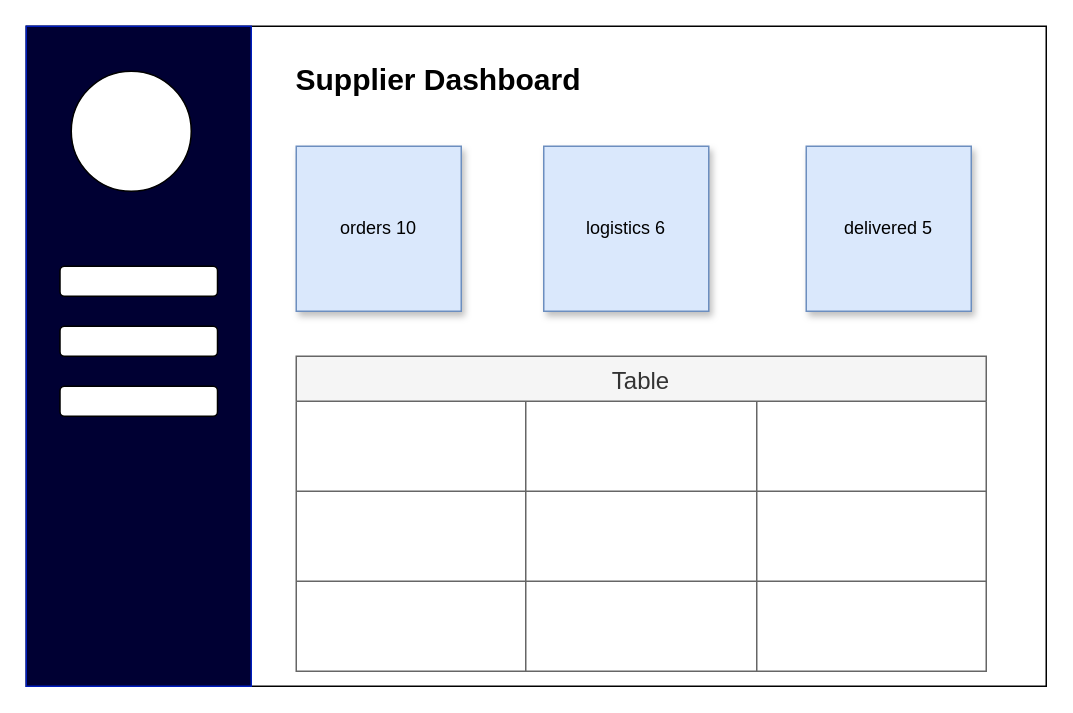
Before: page "supplier dashboard" (2 of 14) of Untitled Diagram.drawio in pramodrk22/test, a draw.io diagram. Source tidied: cells renumbered, new cells numbered last; positions are measured from the earlier drawing's top-left corner, leaving out a move shared by most shapes. Both pictures are drawn from the tidied source at 150%, with x=0, y=0 at pixel (26, 26). Pictures stored in the file or linked from it are replaced by grey dashed boxes.
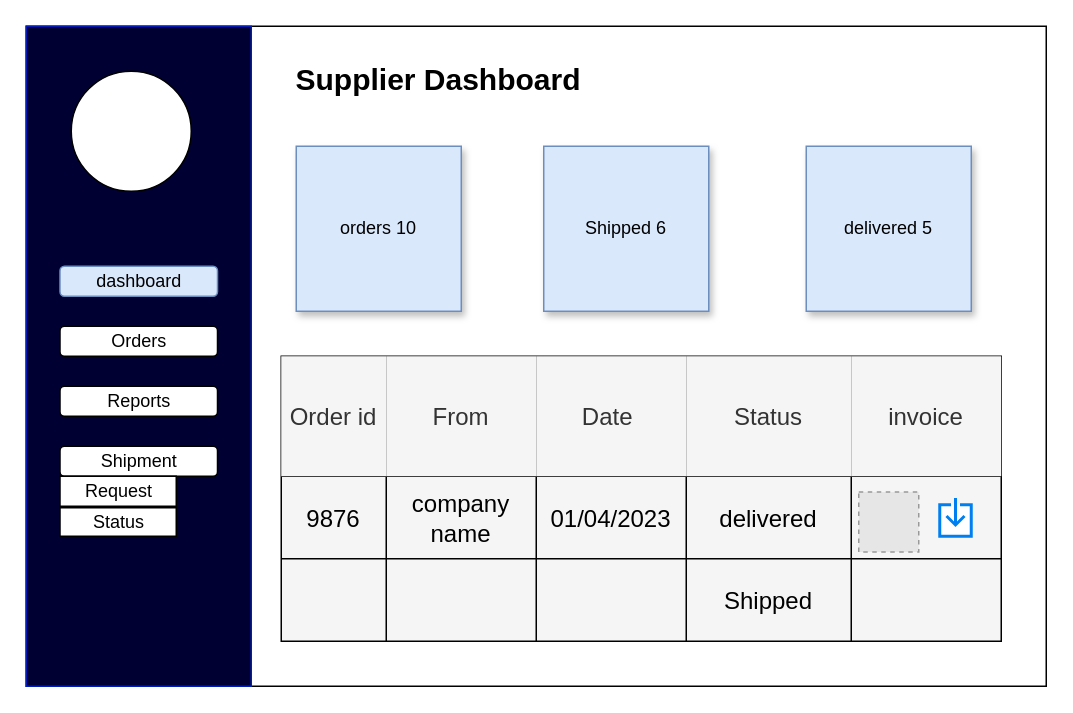
The same diagram, later.

What changed in the source:
```diff
@@
-    <mxCell id="4" style="rounded=1;whiteSpace=wrap;html=1;shadow=0;" parent="1" vertex="1">
-      <mxGeometry x="22.5" y="160" width="105" height="20" as="geometry" />
-    </mxCell>
-    <mxCell id="5" style="rounded=1;whiteSpace=wrap;html=1;" parent="1" vertex="1">
-      <mxGeometry x="22.5" y="200" width="105" height="20" as="geometry" />
-    </mxCell>
-    <mxCell id="6" style="rounded=1;whiteSpace=wrap;html=1;" parent="1" vertex="1">
-      <mxGeometry x="22.5" y="240" width="105" height="20" as="geometry" />
-    </mxCell>
@@
-    <mxCell id="10" value="logistics 6" style="whiteSpace=wrap;html=1;fillColor=#dae8fc;strokeColor=#6c8ebf;shadow=1;" parent="1" vertex="1">
+    <mxCell id="10" value="Shipped 6" style="whiteSpace=wrap;html=1;fillColor=#dae8fc;strokeColor=#6c8ebf;shadow=1;" parent="1" vertex="1">
       <mxGeometry x="345" y="80" width="110" height="110" as="geometry" />
     </mxCell>
@@
-    <mxCell id="12" value="Table" style="shape=table;startSize=30;childLayout=tableLayout;strokeColor=#666666;fontSize=16;swimlaneFillColor=none;labelBackgroundColor=none;fillColor=#f5f5f5;fontColor=#333333;" parent="1" vertex="1">
-      <mxGeometry x="180" y="220" width="460" height="210" as="geometry" />
-    </mxCell>
-    <mxCell id="13" style="shape=tableRow;horizontal=0;startSize=0;swimlaneHead=0;swimlaneBody=0;strokeColor=inherit;top=0;left=0;bottom=0;right=0;fillColor=none;fontSize=16;" parent="12" vertex="1">
-      <mxGeometry y="30" width="460" height="60" as="geometry" />
-    </mxCell>
-    <mxCell id="14" style="shape=partialRectangle;html=1;whiteSpace=wrap;strokeColor=inherit;overflow=hidden;fillColor=none;top=0;left=0;bottom=0;right=0;fontSize=16;" parent="13" vertex="1">
-      <mxGeometry width="153" height="60" as="geometry" />
-    </mxCell>
-    <mxCell id="15" style="shape=partialRectangle;html=1;whiteSpace=wrap;strokeColor=inherit;overflow=hidden;fillColor=none;top=0;left=0;bottom=0;right=0;fontSize=16;" parent="13" vertex="1">
-      <mxGeometry x="153" width="154" height="60" as="geometry" />
-    </mxCell>
-    <mxCell id="16" style="shape=partialRectangle;html=1;whiteSpace=wrap;strokeColor=inherit;overflow=hidden;fillColor=none;top=0;left=0;bottom=0;right=0;fontSize=16;" parent="13" vertex="1">
-      <mxGeometry x="307" width="153" height="60" as="geometry" />
-    </mxCell>
-    <mxCell id="17" style="shape=tableRow;horizontal=0;startSize=0;swimlaneHead=0;swimlaneBody=0;strokeColor=inherit;top=0;left=0;bottom=0;right=0;fillColor=none;fontSize=16;" parent="12" vertex="1">
-      <mxGeometry y="90" width="460" height="60" as="geometry" />
-    </mxCell>
-    <mxCell id="18" style="shape=partialRectangle;html=1;whiteSpace=wrap;strokeColor=inherit;overflow=hidden;fillColor=none;top=0;left=0;bottom=0;right=0;fontSize=16;" parent="17" vertex="1">
-      <mxGeometry width="153" height="60" as="geometry" />
-    </mxCell>
-    <mxCell id="19" style="shape=partialRectangle;html=1;whiteSpace=wrap;strokeColor=inherit;overflow=hidden;fillColor=none;top=0;left=0;bottom=0;right=0;fontSize=16;" parent="17" vertex="1">
-      <mxGeometry x="153" width="154" height="60" as="geometry" />
-    </mxCell>
-    <mxCell id="20" style="shape=partialRectangle;html=1;whiteSpace=wrap;strokeColor=inherit;overflow=hidden;fillColor=none;top=0;left=0;bottom=0;right=0;fontSize=16;" parent="17" vertex="1">
-      <mxGeometry x="307" width="153" height="60" as="geometry" />
-    </mxCell>
-    <mxCell id="21" style="shape=tableRow;horizontal=0;startSize=0;swimlaneHead=0;swimlaneBody=0;strokeColor=inherit;top=0;left=0;bottom=0;right=0;fillColor=none;fontSize=16;" parent="12" vertex="1">
-      <mxGeometry y="150" width="460" height="60" as="geometry" />
-    </mxCell>
-    <mxCell id="22" style="shape=partialRectangle;html=1;whiteSpace=wrap;strokeColor=inherit;overflow=hidden;fillColor=none;top=0;left=0;bottom=0;right=0;fontSize=16;" parent="21" vertex="1">
-      <mxGeometry width="153" height="60" as="geometry" />
-    </mxCell>
-    <mxCell id="23" style="shape=partialRectangle;html=1;whiteSpace=wrap;strokeColor=inherit;overflow=hidden;fillColor=none;top=0;left=0;bottom=0;right=0;fontSize=16;" parent="21" vertex="1">
-      <mxGeometry x="153" width="154" height="60" as="geometry" />
-    </mxCell>
-    <mxCell id="24" style="shape=partialRectangle;html=1;whiteSpace=wrap;strokeColor=inherit;overflow=hidden;fillColor=none;top=0;left=0;bottom=0;right=0;fontSize=16;" parent="21" vertex="1">
-      <mxGeometry x="307" width="153" height="60" as="geometry" />
-    </mxCell>
+    <mxCell id="25" value="dashboard" style="rounded=1;whiteSpace=wrap;html=1;shadow=0;fillColor=#dae8fc;strokeColor=#6c8ebf;" parent="1" vertex="1">
+      <mxGeometry x="22.5" y="160" width="105" height="20" as="geometry" />
+    </mxCell>
+    <mxCell id="26" value="Orders" style="rounded=1;whiteSpace=wrap;html=1;" parent="1" vertex="1">
+      <mxGeometry x="22.5" y="200" width="105" height="20" as="geometry" />
+    </mxCell>
+    <mxCell id="27" value="Reports" style="rounded=1;whiteSpace=wrap;html=1;" parent="1" vertex="1">
+      <mxGeometry x="22.5" y="240" width="105" height="20" as="geometry" />
+    </mxCell>
+    <mxCell id="28" value="Shipment" style="rounded=1;whiteSpace=wrap;html=1;" parent="1" vertex="1">
+      <mxGeometry x="22.5" y="280" width="105" height="20" as="geometry" />
+    </mxCell>
+    <mxCell id="29" value="Request" style="rounded=0;whiteSpace=wrap;html=1;" parent="1" vertex="1">
+      <mxGeometry x="22.5" y="300" width="77.5" height="20" as="geometry" />
+    </mxCell>
+    <mxCell id="30" value="Status" style="rounded=0;whiteSpace=wrap;html=1;" parent="1" vertex="1">
+      <mxGeometry x="22.5" y="321" width="77.5" height="19" as="geometry" />
+    </mxCell>
+    <mxCell id="31" style="shape=table;startSize=0;childLayout=tableLayout;strokeColor=#000000;fontSize=16;swimlaneFillColor=none;labelBackgroundColor=none;fillColor=#f5f5f5;fontColor=#333333;" parent="1" vertex="1">
+      <mxGeometry x="170" y="220" width="480" height="190" as="geometry" />
+    </mxCell>
+    <mxCell id="32" style="shape=tableRow;horizontal=0;startSize=0;swimlaneHead=0;swimlaneBody=0;strokeColor=inherit;top=0;left=0;bottom=0;right=0;fillColor=none;fontSize=16;" parent="31" vertex="1">
+      <mxGeometry width="480" height="80" as="geometry" />
+    </mxCell>
+    <mxCell id="33" value="Order id" style="shape=partialRectangle;html=1;whiteSpace=wrap;strokeColor=#666666;overflow=hidden;fillColor=#f5f5f5;top=0;left=0;bottom=0;right=0;fontSize=16;fontColor=#333333;" parent="32" vertex="1">
+      <mxGeometry width="70" height="80" as="geometry" />
+    </mxCell>
+    <mxCell id="34" value="From" style="shape=partialRectangle;html=1;whiteSpace=wrap;strokeColor=#666666;overflow=hidden;fillColor=#f5f5f5;top=0;left=0;bottom=0;right=0;fontSize=16;fontColor=#333333;" parent="32" vertex="1">
+      <mxGeometry x="70" width="100" height="80" as="geometry" />
+    </mxCell>
+    <mxCell id="35" value="Date&amp;nbsp;" style="shape=partialRectangle;html=1;whiteSpace=wrap;strokeColor=#666666;overflow=hidden;fillColor=#f5f5f5;top=0;left=0;bottom=0;right=0;fontSize=16;fontColor=#333333;" parent="32" vertex="1">
+      <mxGeometry x="170" width="100" height="80" as="geometry" />
+    </mxCell>
+    <mxCell id="36" value="Status" style="shape=partialRectangle;html=1;whiteSpace=wrap;strokeColor=#666666;overflow=hidden;fillColor=#f5f5f5;top=0;left=0;bottom=0;right=0;fontSize=16;fontColor=#333333;" parent="32" vertex="1">
+      <mxGeometry x="270" width="110" height="80" as="geometry" />
+    </mxCell>
+    <mxCell id="37" value="invoice" style="shape=partialRectangle;html=1;whiteSpace=wrap;strokeColor=#666666;overflow=hidden;fillColor=#f5f5f5;top=0;left=0;bottom=0;right=0;fontSize=16;fontColor=#333333;" parent="32" vertex="1">
+      <mxGeometry x="380" width="100" height="80" as="geometry" />
+    </mxCell>
+    <mxCell id="38" style="shape=tableRow;horizontal=0;startSize=0;swimlaneHead=0;swimlaneBody=0;strokeColor=inherit;top=0;left=0;bottom=0;right=0;fillColor=none;fontSize=16;" parent="31" vertex="1">
+      <mxGeometry y="80" width="480" height="55" as="geometry" />
+    </mxCell>
+    <mxCell id="39" value="9876" style="shape=partialRectangle;html=1;whiteSpace=wrap;strokeColor=inherit;overflow=hidden;fillColor=none;top=0;left=0;bottom=0;right=0;fontSize=16;" parent="38" vertex="1">
+      <mxGeometry width="70" height="55" as="geometry" />
+    </mxCell>
+    <mxCell id="40" value="company name" style="shape=partialRectangle;html=1;whiteSpace=wrap;strokeColor=inherit;overflow=hidden;fillColor=none;top=0;left=0;bottom=0;right=0;fontSize=16;" parent="38" vertex="1">
+      <mxGeometry x="70" width="100" height="55" as="geometry" />
+    </mxCell>
+    <mxCell id="41" value="01/04/2023" style="shape=partialRectangle;html=1;whiteSpace=wrap;strokeColor=inherit;overflow=hidden;fillColor=none;top=0;left=0;bottom=0;right=0;fontSize=16;" parent="38" vertex="1">
+      <mxGeometry x="170" width="100" height="55" as="geometry" />
+    </mxCell>
+    <mxCell id="42" value="delivered" style="shape=partialRectangle;html=1;whiteSpace=wrap;strokeColor=inherit;overflow=hidden;fillColor=none;top=0;left=0;bottom=0;right=0;fontSize=16;" parent="38" vertex="1">
+      <mxGeometry x="270" width="110" height="55" as="geometry" />
+    </mxCell>
+    <mxCell id="43" style="shape=partialRectangle;html=1;whiteSpace=wrap;strokeColor=inherit;overflow=hidden;fillColor=none;top=0;left=0;bottom=0;right=0;fontSize=16;" parent="38" vertex="1">
+      <mxGeometry x="380" width="100" height="55" as="geometry" />
+    </mxCell>
+    <mxCell id="44" style="shape=tableRow;horizontal=0;startSize=0;swimlaneHead=0;swimlaneBody=0;strokeColor=inherit;top=0;left=0;bottom=0;right=0;fillColor=none;fontSize=16;" parent="31" vertex="1">
+      <mxGeometry y="135" width="480" height="55" as="geometry" />
+    </mxCell>
+    <mxCell id="45" style="shape=partialRectangle;html=1;whiteSpace=wrap;strokeColor=inherit;overflow=hidden;fillColor=none;top=0;left=0;bottom=0;right=0;fontSize=16;" parent="44" vertex="1">
+      <mxGeometry width="70" height="55" as="geometry" />
+    </mxCell>
+    <mxCell id="46" style="shape=partialRectangle;html=1;whiteSpace=wrap;strokeColor=inherit;overflow=hidden;fillColor=none;top=0;left=0;bottom=0;right=0;fontSize=16;" parent="44" vertex="1">
+      <mxGeometry x="70" width="100" height="55" as="geometry" />
+    </mxCell>
+    <mxCell id="47" style="shape=partialRectangle;html=1;whiteSpace=wrap;strokeColor=inherit;overflow=hidden;fillColor=none;top=0;left=0;bottom=0;right=0;fontSize=16;" parent="44" vertex="1">
+      <mxGeometry x="170" width="100" height="55" as="geometry" />
+    </mxCell>
+    <mxCell id="48" value="Shipped" style="shape=partialRectangle;html=1;whiteSpace=wrap;strokeColor=inherit;overflow=hidden;fillColor=none;top=0;left=0;bottom=0;right=0;fontSize=16;" parent="44" vertex="1">
+      <mxGeometry x="270" width="110" height="55" as="geometry" />
+    </mxCell>
+    <mxCell id="49" style="shape=partialRectangle;html=1;whiteSpace=wrap;strokeColor=inherit;overflow=hidden;fillColor=none;top=0;left=0;bottom=0;right=0;fontSize=16;" parent="44" vertex="1">
+      <mxGeometry x="380" width="100" height="55" as="geometry" />
+    </mxCell>
+    <mxCell id="50" style="html=1;verticalLabelPosition=bottom;align=center;labelBackgroundColor=#ffffff;verticalAlign=top;strokeWidth=2;strokeColor=#0080F0;shadow=0;dashed=0;shape=mxgraph.ios7.icons.down;" parent="1" vertex="1">
+      <mxGeometry x="609" y="314.5" width="21" height="25.5" as="geometry" />
+    </mxCell>
+    <mxCell id="51" style="fillColor=#E6E6E6;strokeColor=#999999;dashed=1;html=1;verticalAlign=top;verticalLabelPosition=bottom;labelBackgroundColor=#ffffff;" parent="1" vertex="1">
+      <mxGeometry x="555" y="310.5" width="40" height="40" as="geometry" />
+    </mxCell>
```
